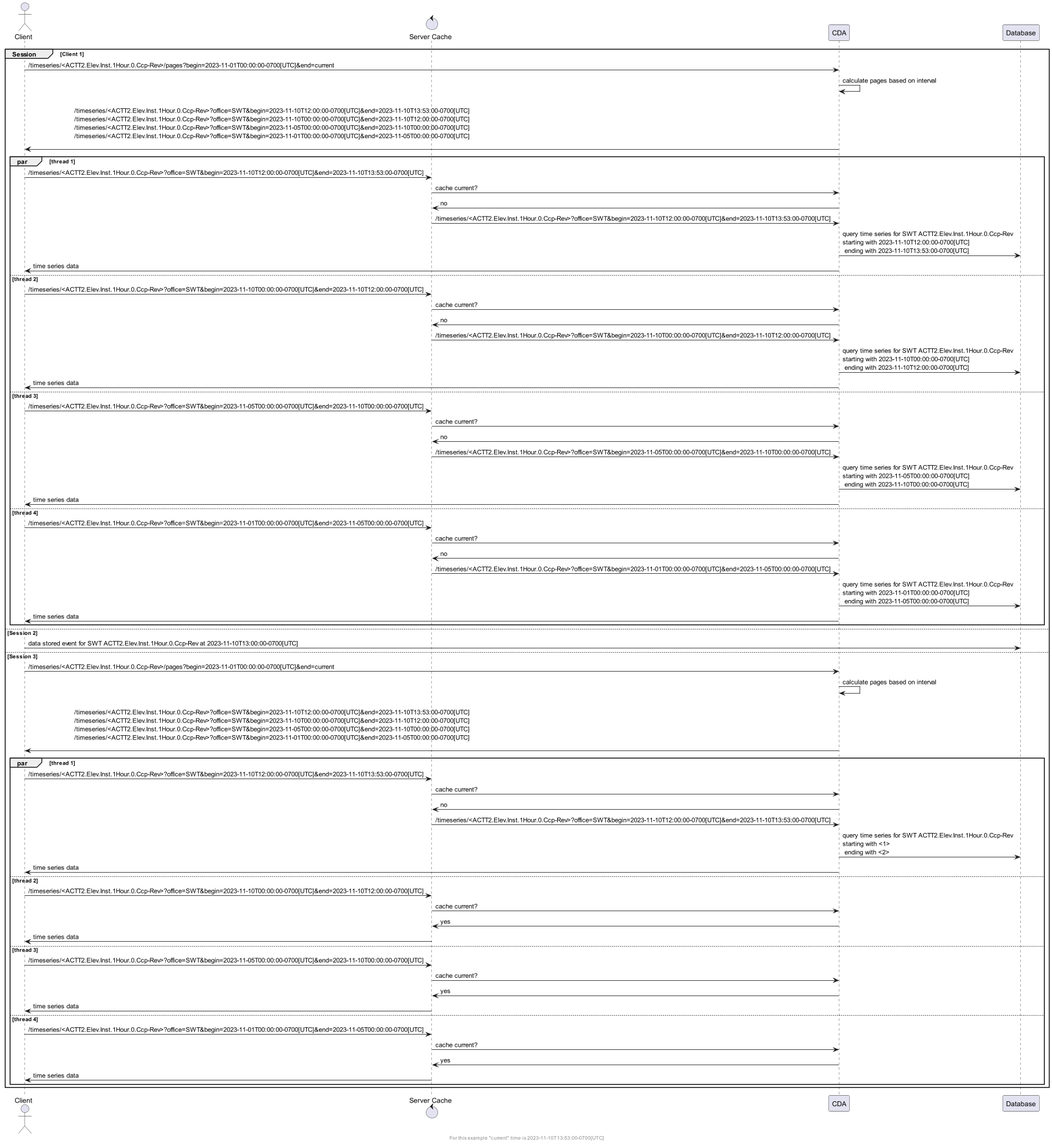
Above: docs/plantuml/paging/smart_paging.png in USACE/cwms-data-api (PlantUML), before the change. Its diagram source:
```plantuml
@startuml

actor Client as "Client"
control ReverseProxy as "Server Cache"
group Session [Client 1]
    Client -> CDA: /timeseries/<ACTT2.Elev.Inst.1Hour.0.Ccp-Rev>/pages?begin=2023-11-01T00:00:00-0700[UTC]&end=current
    CDA -> CDA: calculate pages based on interval
    CDA -> Client: \n                     /timeseries/<ACTT2.Elev.Inst.1Hour.0.Ccp-Rev>?office=SWT&begin=2023-11-10T12:00:00-0700[UTC]&end=2023-11-10T13:53:00-0700[UTC]\n                     /timeseries/<ACTT2.Elev.Inst.1Hour.0.Ccp-Rev>?office=SWT&begin=2023-11-10T00:00:00-0700[UTC]&end=2023-11-10T12:00:00-0700[UTC]\n                     /timeseries/<ACTT2.Elev.Inst.1Hour.0.Ccp-Rev>?office=SWT&begin=2023-11-05T00:00:00-0700[UTC]&end=2023-11-10T00:00:00-0700[UTC]\n                     /timeseries/<ACTT2.Elev.Inst.1Hour.0.Ccp-Rev>?office=SWT&begin=2023-11-01T00:00:00-0700[UTC]&end=2023-11-05T00:00:00-0700[UTC]\n
    par thread 1
        Client -> ReverseProxy: /timeseries/<ACTT2.Elev.Inst.1Hour.0.Ccp-Rev>?office=SWT&begin=2023-11-10T12:00:00-0700[UTC]&end=2023-11-10T13:53:00-0700[UTC]
        ReverseProxy -> CDA: cache current?
        CDA -> ReverseProxy: no
        ReverseProxy -> CDA: /timeseries/<ACTT2.Elev.Inst.1Hour.0.Ccp-Rev>?office=SWT&begin=2023-11-10T12:00:00-0700[UTC]&end=2023-11-10T13:53:00-0700[UTC]
        CDA -> Database: query time series for SWT ACTT2.Elev.Inst.1Hour.0.Ccp-Rev\nstarting with 2023-11-10T12:00:00-0700[UTC] \n ending with 2023-11-10T13:53:00-0700[UTC]
        CDA -> Client: time series data
    else thread 2
        Client -> ReverseProxy: /timeseries/<ACTT2.Elev.Inst.1Hour.0.Ccp-Rev>?office=SWT&begin=2023-11-10T00:00:00-0700[UTC]&end=2023-11-10T12:00:00-0700[UTC]
        ReverseProxy -> CDA: cache current?
        CDA -> ReverseProxy: no
        ReverseProxy -> CDA: /timeseries/<ACTT2.Elev.Inst.1Hour.0.Ccp-Rev>?office=SWT&begin=2023-11-10T00:00:00-0700[UTC]&end=2023-11-10T12:00:00-0700[UTC]
        CDA -> Database: query time series for SWT ACTT2.Elev.Inst.1Hour.0.Ccp-Rev\nstarting with 2023-11-10T00:00:00-0700[UTC] \n ending with 2023-11-10T12:00:00-0700[UTC]
        CDA -> Client: time series data
    else thread 3
        Client -> ReverseProxy: /timeseries/<ACTT2.Elev.Inst.1Hour.0.Ccp-Rev>?office=SWT&begin=2023-11-05T00:00:00-0700[UTC]&end=2023-11-10T00:00:00-0700[UTC]
        ReverseProxy -> CDA: cache current?
        CDA -> ReverseProxy: no
        ReverseProxy -> CDA: /timeseries/<ACTT2.Elev.Inst.1Hour.0.Ccp-Rev>?office=SWT&begin=2023-11-05T00:00:00-0700[UTC]&end=2023-11-10T00:00:00-0700[UTC]
        CDA -> Database: query time series for SWT ACTT2.Elev.Inst.1Hour.0.Ccp-Rev\nstarting with 2023-11-05T00:00:00-0700[UTC] \n ending with 2023-11-10T00:00:00-0700[UTC]
        CDA -> Client: time series data
    else thread 4
        Client -> ReverseProxy: /timeseries/<ACTT2.Elev.Inst.1Hour.0.Ccp-Rev>?office=SWT&begin=2023-11-01T00:00:00-0700[UTC]&end=2023-11-05T00:00:00-0700[UTC]
        ReverseProxy -> CDA: cache current?
        CDA -> ReverseProxy: no
        ReverseProxy -> CDA: /timeseries/<ACTT2.Elev.Inst.1Hour.0.Ccp-Rev>?office=SWT&begin=2023-11-01T00:00:00-0700[UTC]&end=2023-11-05T00:00:00-0700[UTC]
        CDA -> Database: query time series for SWT ACTT2.Elev.Inst.1Hour.0.Ccp-Rev\nstarting with 2023-11-01T00:00:00-0700[UTC] \n ending with 2023-11-05T00:00:00-0700[UTC]
        CDA -> Client: time series data
    end
else Session 2
    Client -> Database: data stored event for SWT ACTT2.Elev.Inst.1Hour.0.Ccp-Rev at 2023-11-10T13:00:00-0700[UTC]
else Session 3
    Client -> CDA: /timeseries/<ACTT2.Elev.Inst.1Hour.0.Ccp-Rev>/pages?begin=2023-11-01T00:00:00-0700[UTC]&end=current
    CDA -> CDA: calculate pages based on interval
    CDA -> Client: \n                     /timeseries/<ACTT2.Elev.Inst.1Hour.0.Ccp-Rev>?office=SWT&begin=2023-11-10T12:00:00-0700[UTC]&end=2023-11-10T13:53:00-0700[UTC]\n                     /timeseries/<ACTT2.Elev.Inst.1Hour.0.Ccp-Rev>?office=SWT&begin=2023-11-10T00:00:00-0700[UTC]&end=2023-11-10T12:00:00-0700[UTC]\n                     /timeseries/<ACTT2.Elev.Inst.1Hour.0.Ccp-Rev>?office=SWT&begin=2023-11-05T00:00:00-0700[UTC]&end=2023-11-10T00:00:00-0700[UTC]\n                     /timeseries/<ACTT2.Elev.Inst.1Hour.0.Ccp-Rev>?office=SWT&begin=2023-11-01T00:00:00-0700[UTC]&end=2023-11-05T00:00:00-0700[UTC]\n
    par thread 1
        Client -> ReverseProxy: /timeseries/<ACTT2.Elev.Inst.1Hour.0.Ccp-Rev>?office=SWT&begin=2023-11-10T12:00:00-0700[UTC]&end=2023-11-10T13:53:00-0700[UTC]
        ReverseProxy -> CDA: cache current?
        CDA -> ReverseProxy: no
        ReverseProxy -> CDA: /timeseries/<ACTT2.Elev.Inst.1Hour.0.Ccp-Rev>?office=SWT&begin=2023-11-10T12:00:00-0700[UTC]&end=2023-11-10T13:53:00-0700[UTC]
        CDA -> Database: query time series for SWT ACTT2.Elev.Inst.1Hour.0.Ccp-Rev\nstarting with <1> \n ending with <2>
        CDA -> Client: time series data
    else thread 2
        Client -> ReverseProxy: /timeseries/<ACTT2.Elev.Inst.1Hour.0.Ccp-Rev>?office=SWT&begin=2023-11-10T00:00:00-0700[UTC]&end=2023-11-10T12:00:00-0700[UTC]
        ReverseProxy -> CDA: cache current?
        CDA -> ReverseProxy: yes
        ReverseProxy -> Client: time series data
    else thread 3
        Client -> ReverseProxy: /timeseries/<ACTT2.Elev.Inst.1Hour.0.Ccp-Rev>?office=SWT&begin=2023-11-05T00:00:00-0700[UTC]&end=2023-11-10T00:00:00-0700[UTC]
        ReverseProxy -> CDA: cache current?
        CDA -> ReverseProxy: yes
        ReverseProxy -> Client: time series data
    else thread 4
        Client -> ReverseProxy: /timeseries/<ACTT2.Elev.Inst.1Hour.0.Ccp-Rev>?office=SWT&begin=2023-11-01T00:00:00-0700[UTC]&end=2023-11-05T00:00:00-0700[UTC]
        ReverseProxy -> CDA: cache current?
        CDA -> ReverseProxy: yes
        ReverseProxy -> Client: time series data
    end
end

footer For this example "current" time is 2023-11-10T13:53:00-0700[UTC]
@enduml
```
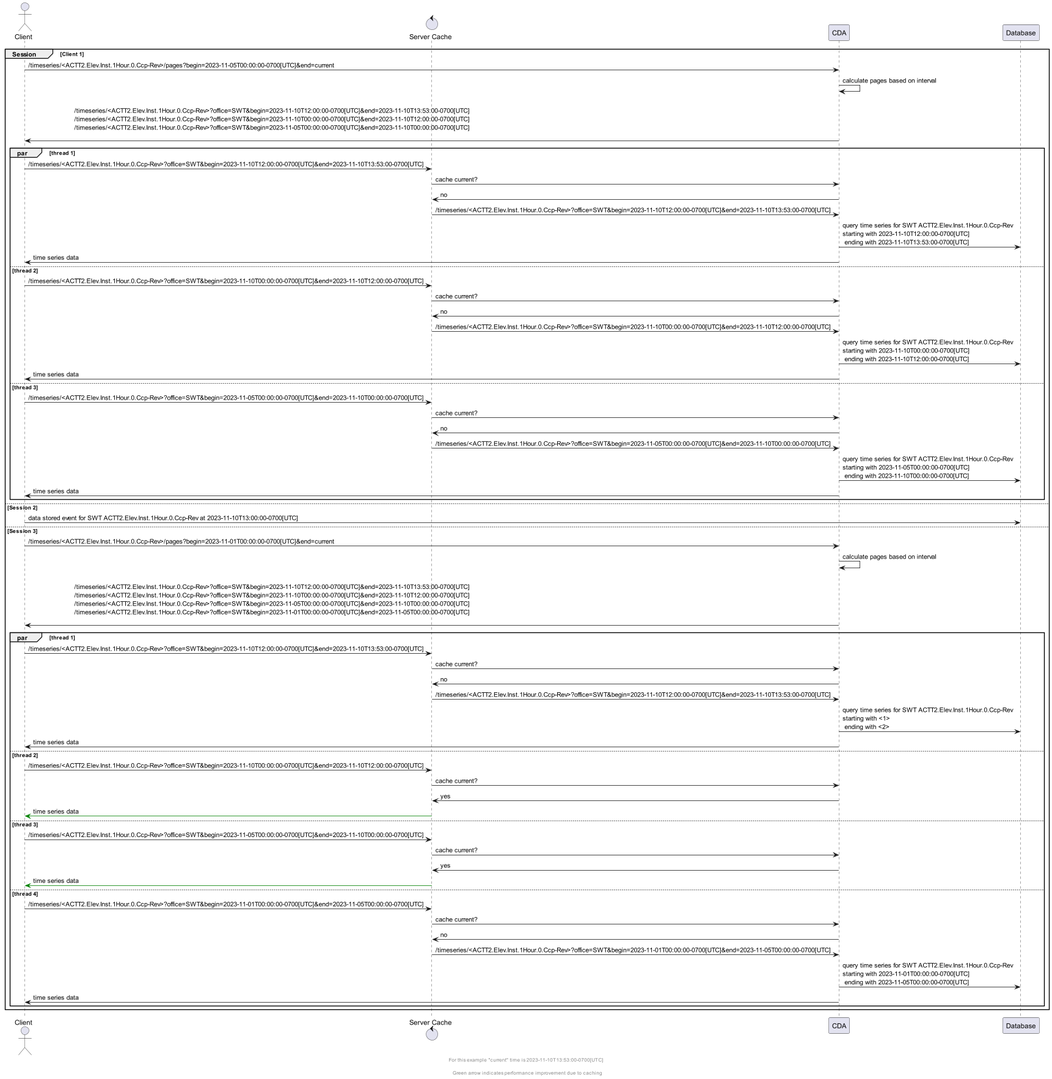
After the change.

Change to the diagram source:
```diff
@@ -3,9 +3,9 @@
 actor Client as "Client"
 control ReverseProxy as "Server Cache"
 group Session [Client 1]
-    Client -> CDA: /timeseries/<ACTT2.Elev.Inst.1Hour.0.Ccp-Rev>/pages?begin=2023-11-01T00:00:00-0700[UTC]&end=current
+    Client -> CDA: /timeseries/<ACTT2.Elev.Inst.1Hour.0.Ccp-Rev>/pages?begin=2023-11-05T00:00:00-0700[UTC]&end=current
     CDA -> CDA: calculate pages based on interval
-    CDA -> Client: \n                     /timeseries/<ACTT2.Elev.Inst.1Hour.0.Ccp-Rev>?office=SWT&begin=2023-11-10T12:00:00-0700[UTC]&end=2023-11-10T13:53:00-0700[UTC]\n                     /timeseries/<ACTT2.Elev.Inst.1Hour.0.Ccp-Rev>?office=SWT&begin=2023-11-10T00:00:00-0700[UTC]&end=2023-11-10T12:00:00-0700[UTC]\n                     /timeseries/<ACTT2.Elev.Inst.1Hour.0.Ccp-Rev>?office=SWT&begin=2023-11-05T00:00:00-0700[UTC]&end=2023-11-10T00:00:00-0700[UTC]\n                     /timeseries/<ACTT2.Elev.Inst.1Hour.0.Ccp-Rev>?office=SWT&begin=2023-11-01T00:00:00-0700[UTC]&end=2023-11-05T00:00:00-0700[UTC]\n
+    CDA -> Client: \n                     /timeseries/<ACTT2.Elev.Inst.1Hour.0.Ccp-Rev>?office=SWT&begin=2023-11-10T12:00:00-0700[UTC]&end=2023-11-10T13:53:00-0700[UTC]\n                     /timeseries/<ACTT2.Elev.Inst.1Hour.0.Ccp-Rev>?office=SWT&begin=2023-11-10T00:00:00-0700[UTC]&end=2023-11-10T12:00:00-0700[UTC]\n                     /timeseries/<ACTT2.Elev.Inst.1Hour.0.Ccp-Rev>?office=SWT&begin=2023-11-05T00:00:00-0700[UTC]&end=2023-11-10T00:00:00-0700[UTC]\n
     par thread 1
         Client -> ReverseProxy: /timeseries/<ACTT2.Elev.Inst.1Hour.0.Ccp-Rev>?office=SWT&begin=2023-11-10T12:00:00-0700[UTC]&end=2023-11-10T13:53:00-0700[UTC]
         ReverseProxy -> CDA: cache current?
@@ -27,13 +27,6 @@
         ReverseProxy -> CDA: /timeseries/<ACTT2.Elev.Inst.1Hour.0.Ccp-Rev>?office=SWT&begin=2023-11-05T00:00:00-0700[UTC]&end=2023-11-10T00:00:00-0700[UTC]
         CDA -> Database: query time series for SWT ACTT2.Elev.Inst.1Hour.0.Ccp-Rev\nstarting with 2023-11-05T00:00:00-0700[UTC] \n ending with 2023-11-10T00:00:00-0700[UTC]
         CDA -> Client: time series data
-    else thread 4
-        Client -> ReverseProxy: /timeseries/<ACTT2.Elev.Inst.1Hour.0.Ccp-Rev>?office=SWT&begin=2023-11-01T00:00:00-0700[UTC]&end=2023-11-05T00:00:00-0700[UTC]
-        ReverseProxy -> CDA: cache current?
-        CDA -> ReverseProxy: no
-        ReverseProxy -> CDA: /timeseries/<ACTT2.Elev.Inst.1Hour.0.Ccp-Rev>?office=SWT&begin=2023-11-01T00:00:00-0700[UTC]&end=2023-11-05T00:00:00-0700[UTC]
-        CDA -> Database: query time series for SWT ACTT2.Elev.Inst.1Hour.0.Ccp-Rev\nstarting with 2023-11-01T00:00:00-0700[UTC] \n ending with 2023-11-05T00:00:00-0700[UTC]
-        CDA -> Client: time series data
     end
 else Session 2
     Client -> Database: data stored event for SWT ACTT2.Elev.Inst.1Hour.0.Ccp-Rev at 2023-11-10T13:00:00-0700[UTC]
@@ -52,19 +45,21 @@
         Client -> ReverseProxy: /timeseries/<ACTT2.Elev.Inst.1Hour.0.Ccp-Rev>?office=SWT&begin=2023-11-10T00:00:00-0700[UTC]&end=2023-11-10T12:00:00-0700[UTC]
         ReverseProxy -> CDA: cache current?
         CDA -> ReverseProxy: yes
-        ReverseProxy -> Client: time series data
+        ReverseProxy -[#green]> Client: time series data
     else thread 3
         Client -> ReverseProxy: /timeseries/<ACTT2.Elev.Inst.1Hour.0.Ccp-Rev>?office=SWT&begin=2023-11-05T00:00:00-0700[UTC]&end=2023-11-10T00:00:00-0700[UTC]
         ReverseProxy -> CDA: cache current?
         CDA -> ReverseProxy: yes
-        ReverseProxy -> Client: time series data
+        ReverseProxy -[#green]> Client: time series data
     else thread 4
         Client -> ReverseProxy: /timeseries/<ACTT2.Elev.Inst.1Hour.0.Ccp-Rev>?office=SWT&begin=2023-11-01T00:00:00-0700[UTC]&end=2023-11-05T00:00:00-0700[UTC]
         ReverseProxy -> CDA: cache current?
-        CDA -> ReverseProxy: yes
-        ReverseProxy -> Client: time series data
+        CDA -> ReverseProxy: no
+        ReverseProxy -> CDA: /timeseries/<ACTT2.Elev.Inst.1Hour.0.Ccp-Rev>?office=SWT&begin=2023-11-01T00:00:00-0700[UTC]&end=2023-11-05T00:00:00-0700[UTC]
+        CDA -> Database: query time series for SWT ACTT2.Elev.Inst.1Hour.0.Ccp-Rev\nstarting with 2023-11-01T00:00:00-0700[UTC] \n ending with 2023-11-05T00:00:00-0700[UTC]
+        CDA -> Client: time series data
     end
 end
 
-footer For this example "current" time is 2023-11-10T13:53:00-0700[UTC]
+footer For this example "current" time is 2023-11-10T13:53:00-0700[UTC] \n\n Green arrow indicates performance improvement due to caching
 @enduml
```
